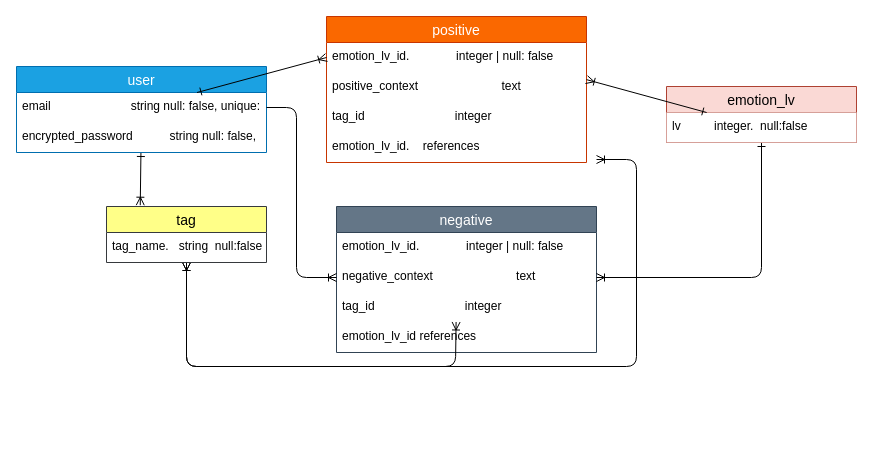
Before: ER.dio in firecomenntdo/emoreco_app, a draw.io diagram. Source tidied: cells renumbered, new cells numbered last; positions are measured from the earlier drawing's top-left corner, leaving out a move shared by most shapes. Both pictures are drawn from the tidied source at 100%, with x=0, y=0 at pixel (16, 16).
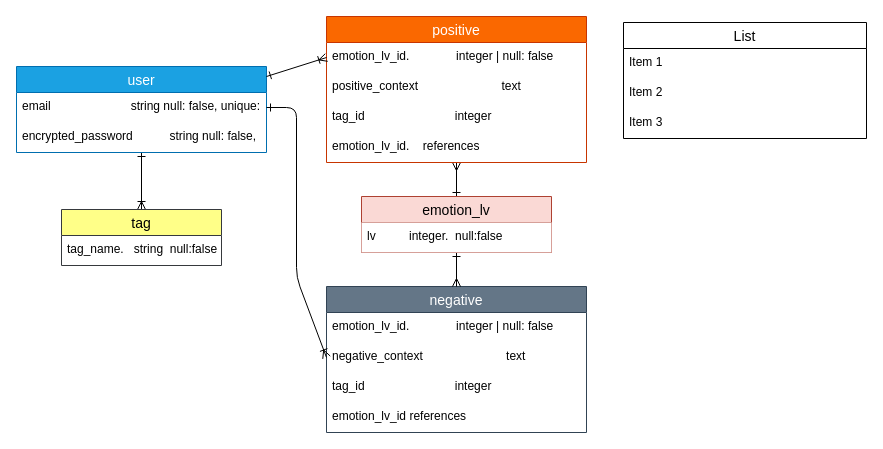
The same page after the edit.

The change refers to these unchanged cells:
```xml
<mxCell id="3" value="user" style="swimlane;fontStyle=0;horizontal=1;startSize=26;align=center;fontSize=14;fillColor=#1ba1e2;fontColor=#ffffff;strokeColor=#006EAF;fillStyle=solid;swimlaneFillColor=#FFFFFF;" parent="1" vertex="1">
  <mxGeometry y="50" width="250" height="86" as="geometry" />
</mxCell>
<mxCell id="4" value="email                        string null: false, unique: true" style="text;strokeColor=none;fillColor=none;spacingLeft=4;spacingRight=4;overflow=hidden;points=[[0,0.5],[1,0.5]];portConstraint=eastwest;fontSize=12;fontColor=#000000;" parent="3" vertex="1">
  <mxGeometry y="26" width="250" height="30" as="geometry" />
</mxCell>
<mxCell id="6" value="positive" style="swimlane;fontStyle=0;horizontal=1;startSize=26;align=center;fontSize=14;fillStyle=solid;fontColor=#FFFFFF;fillColor=#fa6800;strokeColor=#C73500;swimlaneFillColor=#FFFFFF;" parent="1" vertex="1">
  <mxGeometry x="310" width="260" height="146" as="geometry" />
</mxCell>
<mxCell id="7" value="emotion_lv_id.              integer | null: false" style="text;strokeColor=none;fillColor=none;spacingLeft=4;spacingRight=4;overflow=hidden;points=[[0,0.5],[1,0.5]];portConstraint=eastwest;fontSize=12;fillStyle=solid;fontColor=#000000;" parent="6" vertex="1">
  <mxGeometry y="26" width="260" height="30" as="geometry" />
</mxCell>
<mxCell id="8" value="positive_context                         text" style="text;strokeColor=none;fillColor=none;spacingLeft=4;spacingRight=4;overflow=hidden;points=[[0,0.5],[1,0.5]];portConstraint=eastwest;fontSize=12;fillStyle=solid;fontColor=#000000;" parent="6" vertex="1">
  <mxGeometry y="56" width="260" height="30" as="geometry" />
</mxCell>
<mxCell id="13" value="negative_context                         text" style="text;strokeColor=none;fillColor=none;spacingLeft=4;spacingRight=4;overflow=hidden;points=[[0,0.5],[1,0.5]];portConstraint=eastwest;fontSize=12;fillStyle=solid;fontColor=#000000;" parent="11" vertex="1">
  <mxGeometry y="56" width="260" height="30" as="geometry" />
</mxCell>
<mxCell id="14" value="tag_id                           integer " style="text;strokeColor=none;fillColor=none;spacingLeft=4;spacingRight=4;overflow=hidden;points=[[0,0.5],[1,0.5]];portConstraint=eastwest;fontSize=12;fillStyle=solid;fontColor=#000000;" parent="11" vertex="1">
  <mxGeometry y="86" width="260" height="30" as="geometry" />
</mxCell>
<mxCell id="24" value="lv          integer.  null:false" style="text;strokeColor=none;fillColor=#FFFFFF;spacingLeft=4;spacingRight=4;overflow=hidden;points=[[0,0.5],[1,0.5]];portConstraint=eastwest;fontSize=12;labelBackgroundColor=none;fontColor=#000000;" parent="23" vertex="1">
  <mxGeometry y="26" width="190" height="30" as="geometry" />
</mxCell>
```

The edit, as a diff of the source:
```diff
@@
-    <mxCell id="2" style="edgeStyle=none;html=1;entryX=0.211;entryY=-0.023;entryDx=0;entryDy=0;entryPerimeter=0;fontColor=#000000;startArrow=ERone;startFill=0;endArrow=ERoneToMany;endFill=0;" parent="1" edge="1" source="3" target="18">
+    <mxCell id="2" style="edgeStyle=none;html=1;entryX=0.5;entryY=0;entryDx=0;entryDy=0;fontColor=#000000;startArrow=ERone;startFill=0;endArrow=ERoneToMany;endFill=0;" parent="1" edge="1" source="3" target="18">
       <mxGeometry relative="1" as="geometry" />
     </mxCell>
@@
+    <mxCell id="26" style="edgeStyle=none;html=1;entryX=0.5;entryY=0;entryDx=0;entryDy=0;fontColor=#FFFFFF;startArrow=ERmany;startFill=0;endArrow=ERone;endFill=0;" parent="1" edge="1" source="6" target="23">
+      <mxGeometry relative="1" as="geometry" />
+    </mxCell>
@@
     <mxCell id="11" value="negative" style="swimlane;fontStyle=0;horizontal=1;startSize=26;align=center;fontSize=14;fillStyle=solid;fontColor=#ffffff;fillColor=#647687;strokeColor=#314354;swimlaneFillColor=#FFFFFF;" parent="1" vertex="1">
-      <mxGeometry x="320" y="190" width="260" height="146" as="geometry" />
+      <mxGeometry x="310" y="270" width="260" height="146" as="geometry" />
     </mxCell>
@@
-    <mxCell id="16" style="edgeStyle=none;html=1;entryX=0.46;entryY=0.983;entryDx=0;entryDy=0;entryPerimeter=0;fontColor=#000000;startArrow=ERoneToMany;startFill=0;endArrow=ERoneToMany;endFill=0;" parent="1" edge="1" source="18" target="14">
-      <mxGeometry relative="1" as="geometry">
-        <Array as="points">
-          <mxPoint x="170" y="350" />
-          <mxPoint x="439" y="350" />
-        </Array>
-      </mxGeometry>
-    </mxCell>
-    <mxCell id="17" style="edgeStyle=none;html=1;fontColor=#000000;endArrow=ERoneToMany;endFill=0;startArrow=ERoneToMany;startFill=0;" parent="1" edge="1" source="18">
-      <mxGeometry relative="1" as="geometry">
-        <mxPoint x="580" y="143" as="targetPoint" />
-        <Array as="points">
-          <mxPoint x="170" y="350" />
-          <mxPoint x="620" y="350" />
-          <mxPoint x="620" y="143" />
-        </Array>
-      </mxGeometry>
-    </mxCell>
     <mxCell id="18" value="tag" style="swimlane;fontStyle=0;horizontal=1;startSize=26;align=center;fontSize=14;fillStyle=solid;fillColor=#ffff88;strokeColor=#36393d;fontColor=#000000;labelBorderColor=none;labelBackgroundColor=none;swimlaneFillColor=#FFFFFF;" parent="1" vertex="1">
-      <mxGeometry x="90" y="190" width="160" height="56" as="geometry" />
+      <mxGeometry x="45" y="193" width="160" height="56" as="geometry" />
     </mxCell>
@@
-    <mxCell id="20" style="edgeStyle=none;html=1;entryX=0;entryY=0.5;entryDx=0;entryDy=0;fontColor=#000000;startArrow=ERone;startFill=0;endArrow=ERoneToMany;endFill=0;" parent="1" edge="1" source="4" target="7">
-      <mxGeometry relative="1" as="geometry" />
+    <mxCell id="20" style="edgeStyle=none;html=1;entryX=0;entryY=0.5;entryDx=0;entryDy=0;fontColor=#000000;startArrow=ERone;startFill=0;endArrow=ERoneToMany;endFill=0;" parent="1" edge="1" target="7">
+      <mxGeometry relative="1" as="geometry">
+        <mxPoint x="250" y="60" as="sourcePoint" />
+      </mxGeometry>
     </mxCell>
-    <mxCell id="21" style="edgeStyle=none;html=1;exitX=1;exitY=0.5;exitDx=0;exitDy=0;entryX=0;entryY=0.5;entryDx=0;entryDy=0;fontColor=#000000;endArrow=ERoneToMany;endFill=0;" parent="1" edge="1" source="4" target="13">
+    <mxCell id="21" style="edgeStyle=none;html=1;exitX=1;exitY=0.5;exitDx=0;exitDy=0;entryX=0;entryY=0.5;entryDx=0;entryDy=0;fontColor=#000000;endArrow=ERoneToMany;endFill=0;startArrow=ERone;startFill=0;" parent="1" edge="1" source="4" target="13">
       <mxGeometry relative="1" as="geometry">
         <Array as="points">
           <mxPoint x="280" y="91" />
           <mxPoint x="280" y="261" />
         </Array>
       </mxGeometry>
     </mxCell>
-    <mxCell id="22" style="edgeStyle=none;html=1;exitX=0.5;exitY=1;exitDx=0;exitDy=0;entryX=1;entryY=0.5;entryDx=0;entryDy=0;fontColor=#000000;endArrow=ERoneToMany;endFill=0;startArrow=ERone;startFill=0;" parent="1" edge="1" source="23" target="13">
-      <mxGeometry relative="1" as="geometry">
-        <Array as="points">
-          <mxPoint x="745" y="261" />
-        </Array>
-      </mxGeometry>
-    </mxCell>
+    <mxCell id="27" style="edgeStyle=none;html=1;entryX=0.5;entryY=0;entryDx=0;entryDy=0;fontColor=#FFFFFF;startArrow=ERone;startFill=0;endArrow=ERmany;endFill=0;" parent="1" edge="1" source="23" target="11">
+      <mxGeometry relative="1" as="geometry" />
+    </mxCell>
     <mxCell id="23" value="emotion_lv" style="swimlane;fontStyle=0;horizontal=1;startSize=26;align=center;fontSize=14;fillColor=#fad9d5;strokeColor=#ae4132;fontColor=#000000;" parent="1" vertex="1">
-      <mxGeometry x="650" y="70" width="190" height="56" as="geometry" />
+      <mxGeometry x="345" y="180" width="190" height="56" as="geometry" />
     </mxCell>
@@
-    <mxCell id="25" style="edgeStyle=none;html=1;fontColor=#000000;entryX=1;entryY=0.238;entryDx=0;entryDy=0;entryPerimeter=0;startArrow=ERone;startFill=0;endArrow=ERoneToMany;endFill=0;" parent="1" edge="1" source="24" target="8">
-      <mxGeometry relative="1" as="geometry" />
-    </mxCell>
+    <mxCell id="28" value="List" style="swimlane;fontStyle=0;horizontal=1;startSize=26;align=center;fontSize=14;" parent="1" vertex="1">
+      <mxGeometry x="607" y="6" width="243" height="116" as="geometry" />
+    </mxCell>
+    <mxCell id="29" value="Item 1" style="text;strokeColor=none;fillColor=none;spacingLeft=4;spacingRight=4;overflow=hidden;fontSize=12;" parent="28" vertex="1">
+      <mxGeometry y="26" width="243" height="30" as="geometry" />
+    </mxCell>
+    <mxCell id="30" value="Item 2" style="text;strokeColor=none;fillColor=none;spacingLeft=4;spacingRight=4;overflow=hidden;fontSize=12;" parent="28" vertex="1">
+      <mxGeometry y="56" width="243" height="30" as="geometry" />
+    </mxCell>
+    <mxCell id="31" value="Item 3" style="text;strokeColor=none;fillColor=none;spacingLeft=4;spacingRight=4;overflow=hidden;fontSize=12;" parent="28" vertex="1">
+      <mxGeometry y="86" width="243" height="30" as="geometry" />
+    </mxCell>
```
